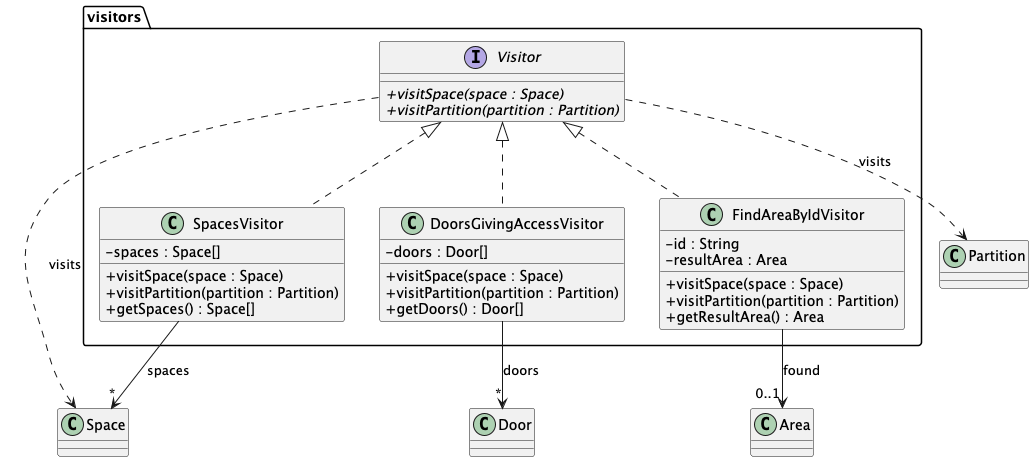
Before: src/milestone1/uml/package_visitors.png, a diagram exported from PlantUML (NIU1747146/Practica-DS). Source of this version:
```plantuml
@startuml
skinparam classAttributeIconSize 0

package visitors {
  interface Visitor {
  + {abstract} visitSpace(space : Space)
  + {abstract} visitPartition(partition : Partition)
  }

  class DoorsGivingAccessVisitor implements Visitor {
  - doors : Door[]
  + visitSpace(space : Space)
  + visitPartition(partition : Partition)
  + getDoors() : Door[]
  }

  class SpacesVisitor implements Visitor {
  - spaces : Space[]
  + visitSpace(space : Space)
  + visitPartition(partition : Partition)
  + getSpaces() : Space[]
  }

  class FindAreaByIdVisitor implements Visitor {
  - id : String
  - resultArea : Area
  + visitSpace(space : Space)
  + visitPartition(partition : Partition)
  + getResultArea() : Area
  }
}

class Space
class Partition
class Area
class Door

Visitor ..> Space : visits
Visitor ..> Partition : visits
FindAreaByIdVisitor --> "0..1" Area : found
DoorsGivingAccessVisitor --> "*" Door : doors
SpacesVisitor --> "*" Space : spaces
@enduml
```
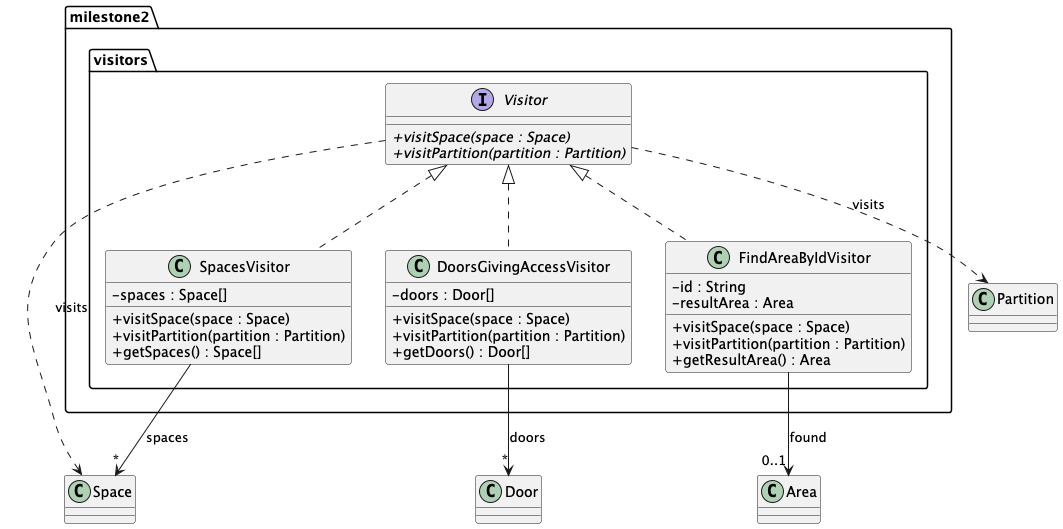
After the change.

Diff of the diagram source:
```diff
@@ -1,7 +1,7 @@
 @startuml
 skinparam classAttributeIconSize 0
 
-package visitors {
+package milestone2.visitors {
   interface Visitor {
   + {abstract} visitSpace(space : Space)
   + {abstract} visitPartition(partition : Partition)
```
